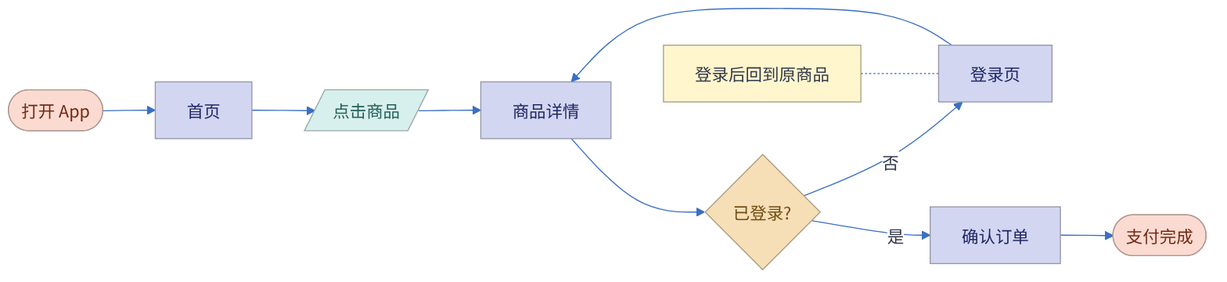
Before: docs/assets/ui_flow.png, a diagram exported from Mermaid (huang-hee/diagram-kit). Its source is kept beside it as docs/assets/ui_flow.mmd. Source of this version:
```mermaid
---
config:
  theme: base
  fontFamily: "PingFang SC, Microsoft YaHei, Noto Sans CJK SC, Source Han Sans SC, sans-serif"
  themeVariables:
    background: "#FFFFFF"
    primaryColor: "#FFFFFF"
    primaryBorderColor: "#3B6FC2"
    primaryTextColor: "#33384A"
    nodeTextColor: "#33384A"
    secondaryColor: "#FBDBD1"
    tertiaryColor: "#EBF1F9"
    lineColor: "#3B6FC2"
    textColor: "#33384A"
    clusterBkg: "#EBF1F9"
    clusterBorder: "#3B6FC2"
    edgeLabelBackground: "#FFFFFF"
    titleColor: "#33384A"
    noteBkgColor: "#FFF6CE"
    noteBorderColor: "#A6A086"
    noteTextColor: "#33384A"
---
flowchart LR
  IN([打开 App]):::entry --> P1[首页]:::page
  P1 --> A1[/点击商品/]:::action --> P2[商品详情]:::page
  P2 --> D{已登录?}:::decision
  D -- 否 --> P3[登录页]:::page --> P2
  D -- 是 --> P4[确认订单]:::page --> OUT([支付完成]):::entry
  N[登录后回到原商品]:::annotation -.- P3
classDef page fill:#D2D6F1,stroke:#9396A9,color:#1F2865
classDef action fill:#D8F0ED,stroke:#97A8A6,color:#256058
classDef decision fill:#F6DEB6,stroke:#AC9B7F,color:#714E14
classDef entry fill:#FBDBD1,stroke:#B09992,color:#712A14
classDef annotation fill:#FFF6CE,stroke:#A6A086,color:#33384A
```
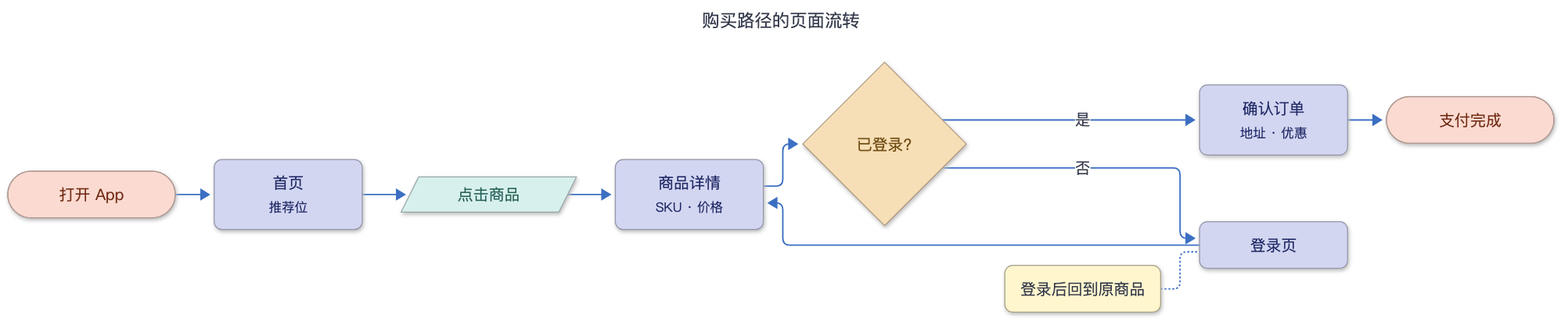
The same diagram one commit later.

Change to the diagram source:
```diff
@@ -1,7 +1,14 @@
 ---
+title: "购买路径的页面流转"
 config:
   theme: base
   fontFamily: "PingFang SC, Microsoft YaHei, Noto Sans CJK SC, Source Han Sans SC, sans-serif"
+  flowchart:
+    curve: "step"
+    nodeSpacing: 50
+    rankSpacing: 60
+    padding: 12
+    wrappingWidth: 300
   themeVariables:
     background: "#FFFFFF"
     primaryColor: "#FFFFFF"
@@ -21,14 +28,15 @@
     noteTextColor: "#33384A"
 ---
 flowchart LR
-  IN([打开 App]):::entry --> P1[首页]:::page
-  P1 --> A1[/点击商品/]:::action --> P2[商品详情]:::page
+  IN([打开 App]):::entry --> P1["首页<br><small>推荐位</small>"]:::page
+  P1 --> A1[/点击商品/]:::action --> P2["商品详情<br><small>SKU · 价格</small>"]:::page
   P2 --> D{已登录?}:::decision
   D -- 否 --> P3[登录页]:::page --> P2
-  D -- 是 --> P4[确认订单]:::page --> OUT([支付完成]):::entry
+  D -- 是 --> P4["确认订单<br><small>地址 · 优惠</small>"]:::page --> OUT([支付完成]):::entry
   N[登录后回到原商品]:::annotation -.- P3
-classDef page fill:#D2D6F1,stroke:#9396A9,color:#1F2865
-classDef action fill:#D8F0ED,stroke:#97A8A6,color:#256058
-classDef decision fill:#F6DEB6,stroke:#AC9B7F,color:#714E14
-classDef entry fill:#FBDBD1,stroke:#B09992,color:#712A14
-classDef annotation fill:#FFF6CE,stroke:#A6A086,color:#33384A
+classDef page fill:#D2D6F1,stroke:#9396A9,color:#1F2865,rx:8,ry:8
+classDef action fill:#D8F0ED,stroke:#97A8A6,color:#256058,rx:8,ry:8
+classDef decision fill:#F6DEB6,stroke:#AC9B7F,color:#714E14,rx:8,ry:8
+classDef entry fill:#FBDBD1,stroke:#B09992,color:#712A14,rx:8,ry:8
+classDef annotation fill:#FFF6CE,stroke:#A6A086,color:#33384A,rx:8,ry:8
+linkStyle default stroke-width:1.5px
```
